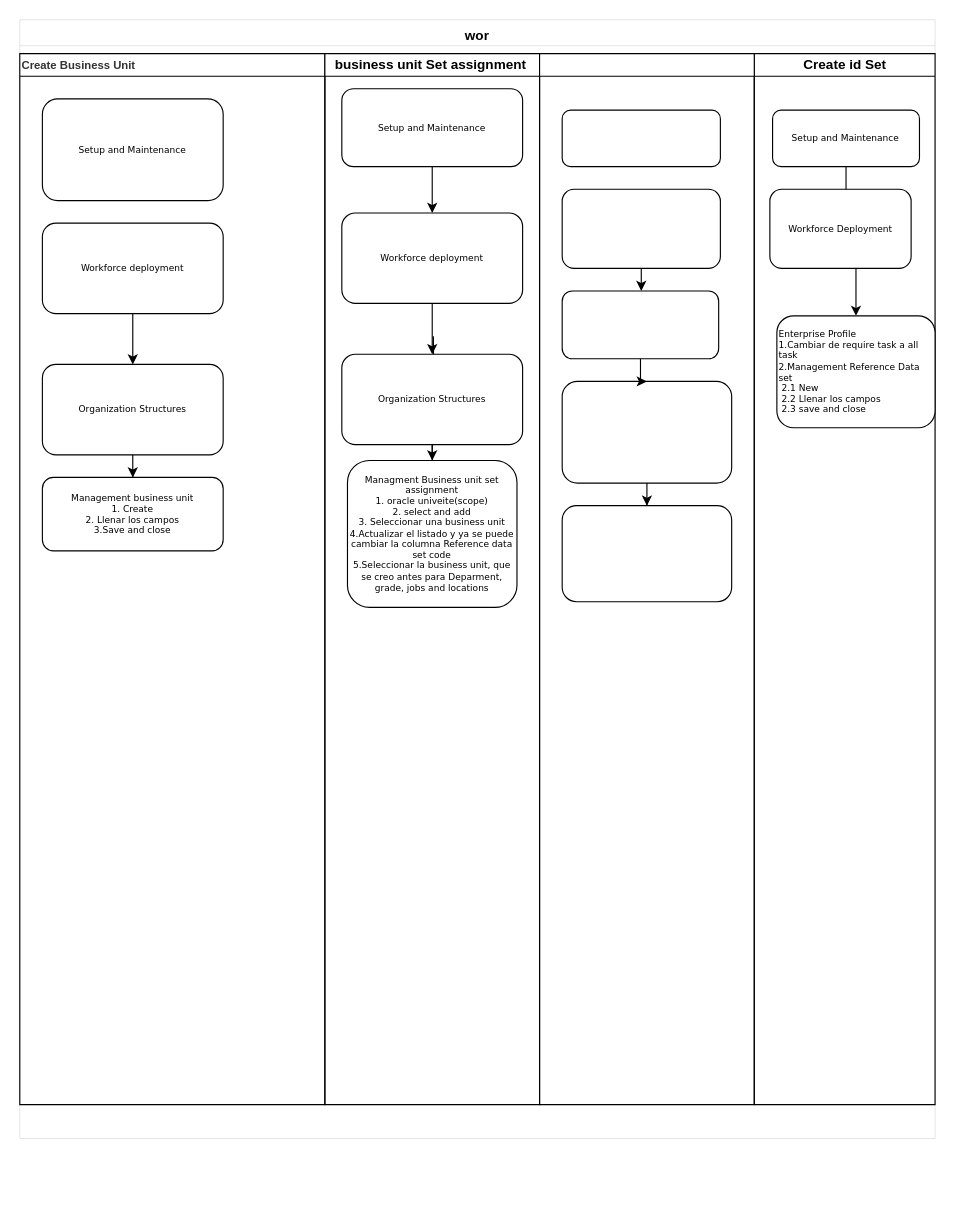
anaelymonroy/node-nov keeps this draw.io diagram as page "Page 5" (5 of 5) of Untitled Diagram.drawio. Above is the earlier version. Source tidied: cells renumbered, new cells numbered last; positions are measured from the earlier drawing's top-left corner, leaving out a move shared by most shapes. Both pictures are drawn from the tidied source at 113%, with x=0, y=0 at pixel (19, 19).
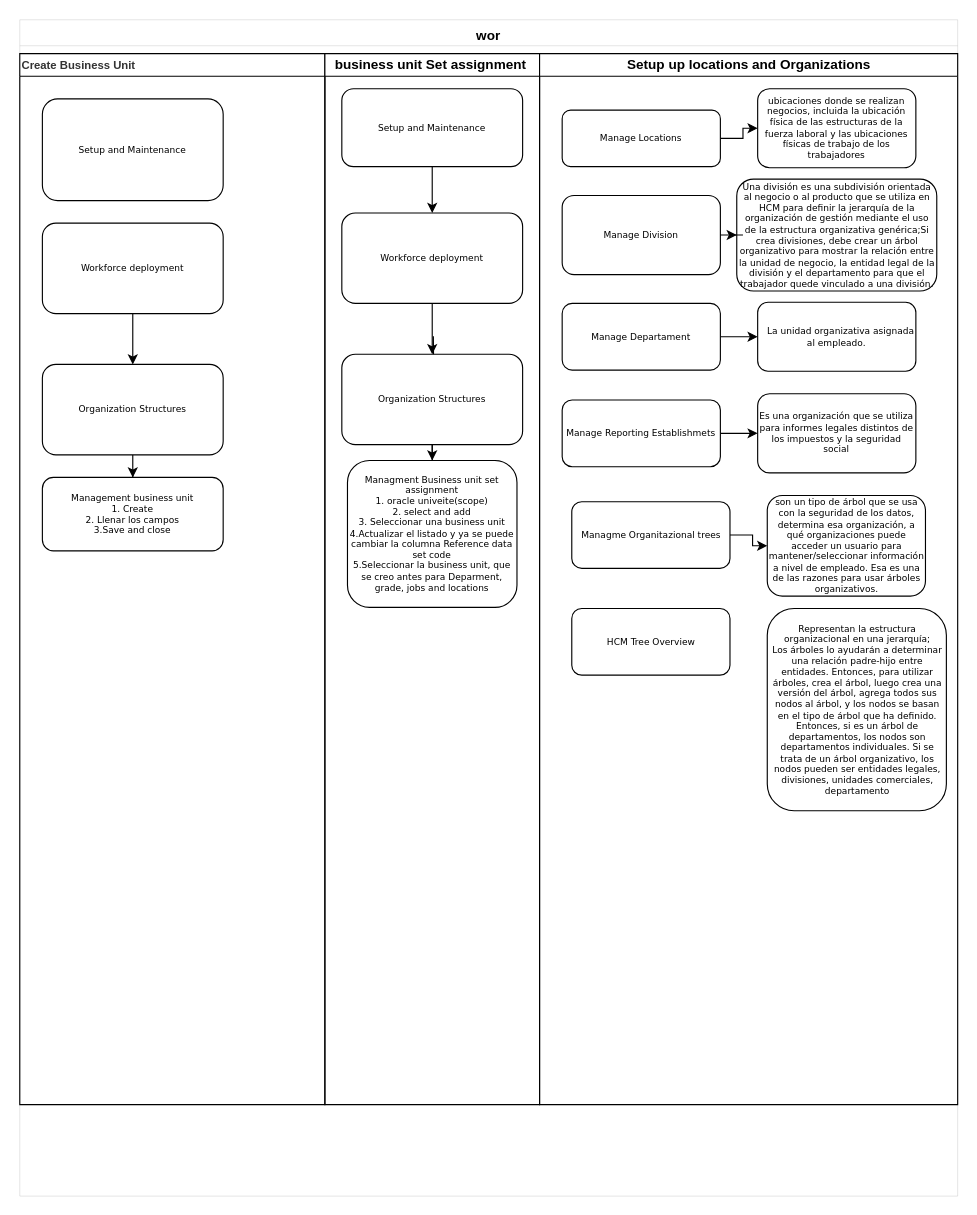
The same page after the edit.

The edit, as a diff of the source:
```diff
@@
     <mxCell id="2" value="wor" style="swimlane;strokeWidth=0;verticalAlign=top;" parent="1" vertex="1">
-      <mxGeometry width="810" height="990" as="geometry" />
+      <mxGeometry width="830" height="1041" as="geometry" />
     </mxCell>
@@
-    <mxCell id="21" style="edgeStyle=orthogonalEdgeStyle;rounded=0;jettySize=auto;html=1;" parent="2" edge="1" source="22" target="25">
-      <mxGeometry relative="1" as="geometry" />
-    </mxCell>
+    <mxCell id="37" style="edgeStyle=orthogonalEdgeStyle;rounded=0;jettySize=auto;html=1;" parent="2" edge="1" source="24" target="39">
+      <mxGeometry relative="1" as="geometry" />
+    </mxCell>
+    <mxCell id="24" value="Manage Locations" style="rounded=1;whiteSpace=wrap;html=1;shadow=0;labelBackgroundColor=none;strokeWidth=1;fontFamily=Verdana;fontSize=8;align=center;" parent="2" vertex="1">
+      <mxGeometry x="480" y="80" width="140" height="50" as="geometry" />
+    </mxCell>
+    <mxCell id="32" value="&lt;div style=&quot;text-align: justify&quot;&gt;Setup up locations and Organizations&lt;/div&gt;" style="swimlane;html=1;startSize=20;" parent="2" vertex="1">
+      <mxGeometry x="460" y="30" width="370" height="930" as="geometry" />
+    </mxCell>
+    <mxCell id="38" value="Una división es una subdivisión orientada al negocio o al producto que se utiliza en HCM para definir la jerarquía de la organización de gestión mediante el uso de la estructura organizativa genérica;Si crea divisiones, debe crear un árbol organizativo para mostrar la relación entre la unidad de negocio, la entidad legal de la división y el departamento para que el trabajador quede vinculado a una división." style="rounded=1;whiteSpace=wrap;html=1;shadow=0;labelBackgroundColor=none;strokeWidth=1;fontFamily=Verdana;fontSize=8;align=center;" parent="32" vertex="1">
+      <mxGeometry x="174.5" y="111" width="177" height="99" as="geometry" />
+    </mxCell>
+    <mxCell id="39" value="ubicaciones donde se realizan negocios, incluida la ubicación física de las estructuras de la fuerza laboral y las ubicaciones físicas de trabajo de los trabajadores" style="rounded=1;whiteSpace=wrap;html=1;shadow=0;labelBackgroundColor=none;strokeWidth=1;fontFamily=Verdana;fontSize=8;align=center;" parent="32" vertex="1">
+      <mxGeometry x="193" y="31" width="140" height="70" as="geometry" />
+    </mxCell>
+    <mxCell id="40" style="edgeStyle=orthogonalEdgeStyle;rounded=0;jettySize=auto;html=1;" parent="32" edge="1" source="22" target="42">
+      <mxGeometry relative="1" as="geometry" />
+    </mxCell>
-    <mxCell id="22" value="&lt;div&gt;&lt;br&gt;&lt;/div&gt;" style="rounded=1;whiteSpace=wrap;html=1;shadow=0;labelBackgroundColor=none;strokeWidth=1;fontFamily=Verdana;fontSize=8;align=left;" parent="2" vertex="1">
-      <mxGeometry x="480" y="320" width="150" height="90" as="geometry" />
+    <mxCell id="22" value="Manage Departament" style="rounded=1;whiteSpace=wrap;html=1;shadow=0;labelBackgroundColor=none;strokeWidth=1;fontFamily=Verdana;fontSize=8;align=center;" parent="32" vertex="1">
+      <mxGeometry x="20" y="221" width="140" height="59" as="geometry" />
     </mxCell>
+    <mxCell id="41" value="Es una organización que se utiliza para informes legales distintos de los impuestos y la seguridad social" style="rounded=1;whiteSpace=wrap;html=1;shadow=0;labelBackgroundColor=none;strokeWidth=1;fontFamily=Verdana;fontSize=8;align=center;" parent="32" vertex="1">
+      <mxGeometry x="193" y="301" width="140" height="70" as="geometry" />
+    </mxCell>
+    <mxCell id="42" value="&amp;nbsp; &amp;nbsp;La unidad organizativa asignada al empleado." style="rounded=1;whiteSpace=wrap;html=1;shadow=0;labelBackgroundColor=none;strokeWidth=1;fontFamily=Verdana;fontSize=8;align=center;" parent="32" vertex="1">
+      <mxGeometry x="193" y="220" width="140" height="61" as="geometry" />
+    </mxCell>
+    <mxCell id="43" style="edgeStyle=orthogonalEdgeStyle;rounded=0;jettySize=auto;html=1;" parent="32" edge="1" source="44" target="41">
+      <mxGeometry relative="1" as="geometry" />
+    </mxCell>
+    <mxCell id="44" value="Manage Reporting Establishmets" style="rounded=1;whiteSpace=wrap;html=1;shadow=0;labelBackgroundColor=none;strokeWidth=1;fontFamily=Verdana;fontSize=8;align=center;" parent="32" vertex="1">
+      <mxGeometry x="20" y="306.5" width="140" height="59" as="geometry" />
+    </mxCell>
+    <mxCell id="45" value="son un tipo de árbol que se usa con la seguridad de los datos, determina esa organización, a qué organizaciones puede acceder un usuario para mantener/seleccionar información a nivel de empleado. Esa es una de las razones para usar árboles organizativos." style="rounded=1;whiteSpace=wrap;html=1;shadow=0;labelBackgroundColor=none;strokeWidth=1;fontFamily=Verdana;fontSize=8;align=center;" parent="32" vertex="1">
+      <mxGeometry x="201.5" y="391" width="140" height="89" as="geometry" />
+    </mxCell>
+    <mxCell id="46" style="edgeStyle=orthogonalEdgeStyle;rounded=0;jettySize=auto;html=1;" parent="32" edge="1" source="47" target="45">
+      <mxGeometry relative="1" as="geometry" />
+    </mxCell>
+    <mxCell id="47" value="Managme Organitazional trees" style="rounded=1;whiteSpace=wrap;html=1;shadow=0;labelBackgroundColor=none;strokeWidth=1;fontFamily=Verdana;fontSize=8;align=center;" parent="32" vertex="1">
+      <mxGeometry x="28.5" y="396.5" width="140" height="59" as="geometry" />
+    </mxCell>
+    <mxCell id="48" value="HCM Tree Overview" style="rounded=1;whiteSpace=wrap;html=1;shadow=0;labelBackgroundColor=none;strokeWidth=1;fontFamily=Verdana;fontSize=8;align=center;" parent="32" vertex="1">
+      <mxGeometry x="28.5" y="491" width="140" height="59" as="geometry" />
+    </mxCell>
+    <mxCell id="49" style="edgeStyle=orthogonalEdgeStyle;rounded=0;jettySize=auto;html=1;" parent="32" edge="1" source="23" target="38">
+      <mxGeometry relative="1" as="geometry" />
+    </mxCell>
-    <mxCell id="23" style="rounded=1;whiteSpace=wrap;html=1;shadow=0;labelBackgroundColor=none;strokeWidth=1;fontFamily=Verdana;fontSize=8;align=center;" parent="2" vertex="1">
-      <mxGeometry x="480" y="150" width="140" height="70" as="geometry" />
+    <mxCell id="23" value="Manage Division" style="rounded=1;whiteSpace=wrap;html=1;shadow=0;labelBackgroundColor=none;strokeWidth=1;fontFamily=Verdana;fontSize=8;align=center;" parent="32" vertex="1">
+      <mxGeometry x="20" y="125.5" width="140" height="70" as="geometry" />
     </mxCell>
-    <mxCell id="24" style="rounded=1;whiteSpace=wrap;html=1;shadow=0;labelBackgroundColor=none;strokeWidth=1;fontFamily=Verdana;fontSize=8;align=center;" parent="2" vertex="1">
-      <mxGeometry x="480" y="80" width="140" height="50" as="geometry" />
-    </mxCell>
-    <mxCell id="25" style="rounded=1;whiteSpace=wrap;html=1;shadow=0;labelBackgroundColor=none;strokeWidth=1;fontFamily=Verdana;fontSize=8;align=left;" parent="2" vertex="1">
-      <mxGeometry x="480" y="430" width="150" height="85" as="geometry" />
-    </mxCell>
-    <mxCell id="26" value="&lt;div style=&quot;text-align: left&quot;&gt;Create id Set&lt;/div&gt;" style="swimlane;html=1;startSize=20;" parent="2" vertex="1">
-      <mxGeometry x="650" y="30" width="160" height="930" as="geometry" />
-    </mxCell>
-    <mxCell id="27" style="edgeStyle=orthogonalEdgeStyle;rounded=0;jettySize=auto;html=1;" parent="26" edge="1" source="28" target="30">
-      <mxGeometry relative="1" as="geometry" />
-    </mxCell>
-    <mxCell id="28" value="Setup and Maintenance" style="rounded=1;whiteSpace=wrap;html=1;shadow=0;labelBackgroundColor=none;strokeWidth=1;fontFamily=Verdana;fontSize=8;align=center;" parent="26" vertex="1">
-      <mxGeometry x="16.2" y="50" width="130" height="50" as="geometry" />
-    </mxCell>
-    <mxCell id="29" value="Workforce Deployment" style="rounded=1;whiteSpace=wrap;html=1;shadow=0;labelBackgroundColor=none;strokeWidth=1;fontFamily=Verdana;fontSize=8;align=center;" parent="26" vertex="1">
-      <mxGeometry x="13.8" y="120" width="125" height="70" as="geometry" />
-    </mxCell>
-    <mxCell id="30" value="Enterprise Profile&lt;br&gt;&lt;span&gt;1.Cambiar de require task a all task&lt;br&gt;&lt;/span&gt;&lt;span&gt;2.Management Reference Data set&lt;/span&gt;&lt;span&gt;&lt;br&gt;&lt;/span&gt;&lt;span style=&quot;white-space: pre&quot;&gt; &lt;/span&gt;2.1 New&lt;br&gt;&lt;span style=&quot;white-space: pre&quot;&gt; &lt;/span&gt;2.2 Llenar los campos&lt;br&gt;&lt;span style=&quot;white-space: pre&quot;&gt; &lt;/span&gt;2.3 save and close&amp;nbsp;" style="rounded=1;whiteSpace=wrap;html=1;shadow=0;labelBackgroundColor=none;strokeWidth=1;fontFamily=Verdana;fontSize=8;align=left;" parent="26" vertex="1">
-      <mxGeometry x="20" y="232" width="140" height="99" as="geometry" />
-    </mxCell>
-    <mxCell id="31" style="edgeStyle=orthogonalEdgeStyle;rounded=0;orthogonalLoop=1;jettySize=auto;html=1;" parent="26" edge="1">
-      <mxGeometry relative="1" as="geometry">
-        <mxPoint x="78.8" y="410" as="sourcePoint" />
-      </mxGeometry>
-    </mxCell>
-    <mxCell id="32" value="&lt;div style=&quot;text-align: justify&quot;&gt;&lt;font face=&quot;oraclesansregular, arial, helvetica neue, helvetica, sans-serif&quot;&gt;&lt;span style=&quot;font-weight: 400 ; background-color: rgb(255 , 255 , 255)&quot;&gt;&lt;br&gt;&lt;/span&gt;&lt;/font&gt;&lt;/div&gt;&lt;div style=&quot;text-align: justify&quot;&gt;&lt;br&gt;&lt;/div&gt;" style="swimlane;html=1;startSize=20;" parent="2" vertex="1">
-      <mxGeometry x="460" y="30" width="190" height="930" as="geometry" />
-    </mxCell>
-    <mxCell id="33" style="rounded=1;whiteSpace=wrap;html=1;shadow=0;labelBackgroundColor=none;strokeWidth=1;fontFamily=Verdana;fontSize=8;align=left;" parent="32" vertex="1">
-      <mxGeometry x="20" y="210" width="138.5" height="60" as="geometry" />
-    </mxCell>
-    <mxCell id="34" style="edgeStyle=orthogonalEdgeStyle;rounded=0;jettySize=auto;html=1;" parent="2" edge="1" source="23" target="33">
-      <mxGeometry relative="1" as="geometry" />
-    </mxCell>
-    <mxCell id="35" style="edgeStyle=orthogonalEdgeStyle;rounded=0;jettySize=auto;html=1;" parent="2" edge="1" source="33" target="22">
-      <mxGeometry relative="1" as="geometry" />
-    </mxCell>
+    <mxCell id="50" value="Representan la estructura organizacional en una jerarquía;&lt;br&gt;Los árboles lo ayudarán a determinar una relación padre-hijo entre entidades. Entonces, para utilizar árboles, crea el árbol, luego crea una versión del árbol, agrega todos sus nodos al árbol, y los nodos se basan en el tipo de árbol que ha definido. Entonces, si es un árbol de departamentos, los nodos son departamentos individuales. Si se trata de un árbol organizativo, los nodos pueden ser entidades legales, divisiones, unidades comerciales, departamento" style="rounded=1;whiteSpace=wrap;html=1;shadow=0;labelBackgroundColor=none;strokeWidth=1;fontFamily=Verdana;fontSize=8;align=center;" parent="32" vertex="1">
+      <mxGeometry x="201.5" y="491" width="158.5" height="179" as="geometry" />
+    </mxCell>
```
